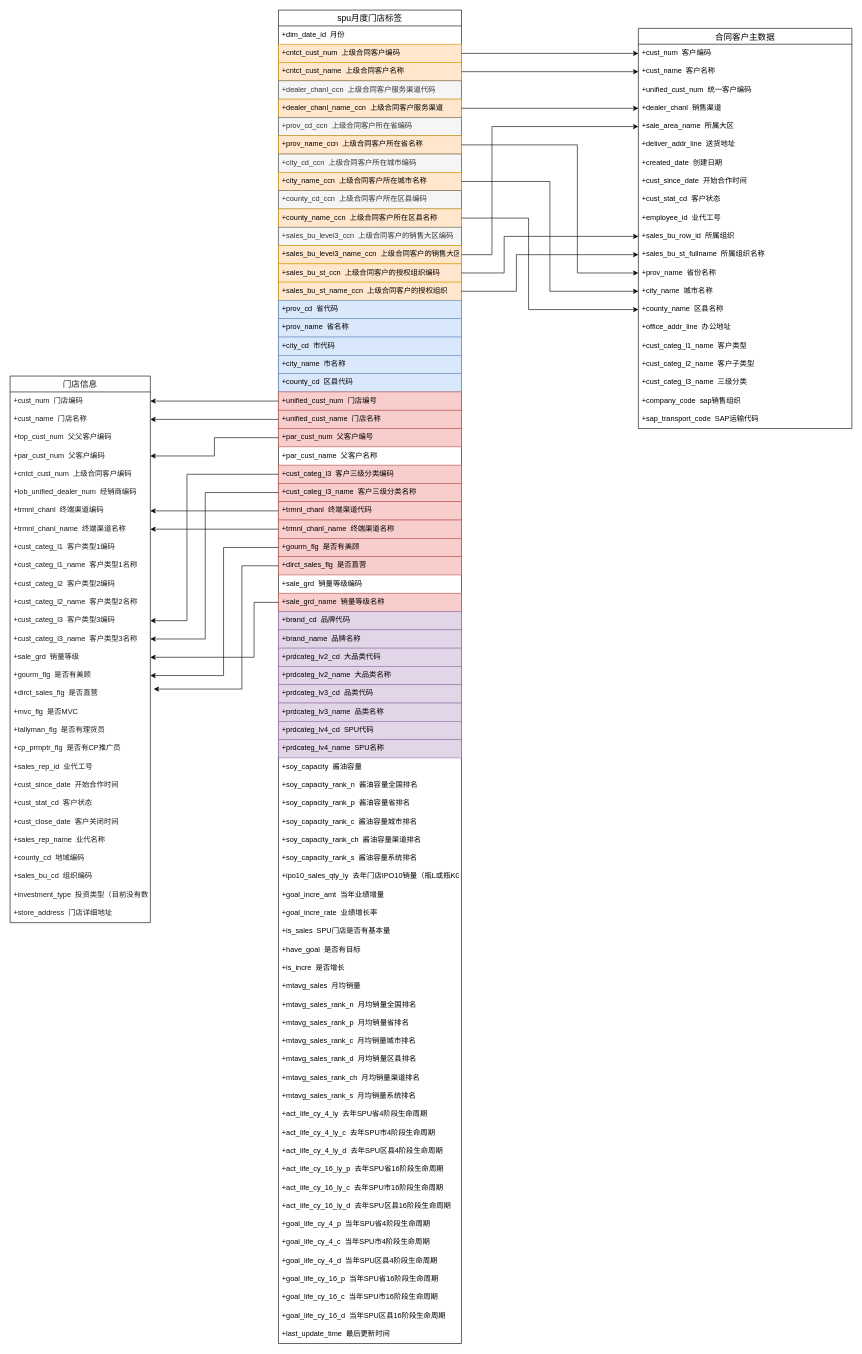
Earlier version of the draw.io diagram S7门店资源.drawio (18857545022/-). Source tidied: cells renumbered, new cells numbered last; positions are measured from the earlier drawing's top-left corner, leaving out a move shared by most shapes. Both pictures are drawn from the tidied source at 61%, with x=0, y=0 at pixel (10, 10).
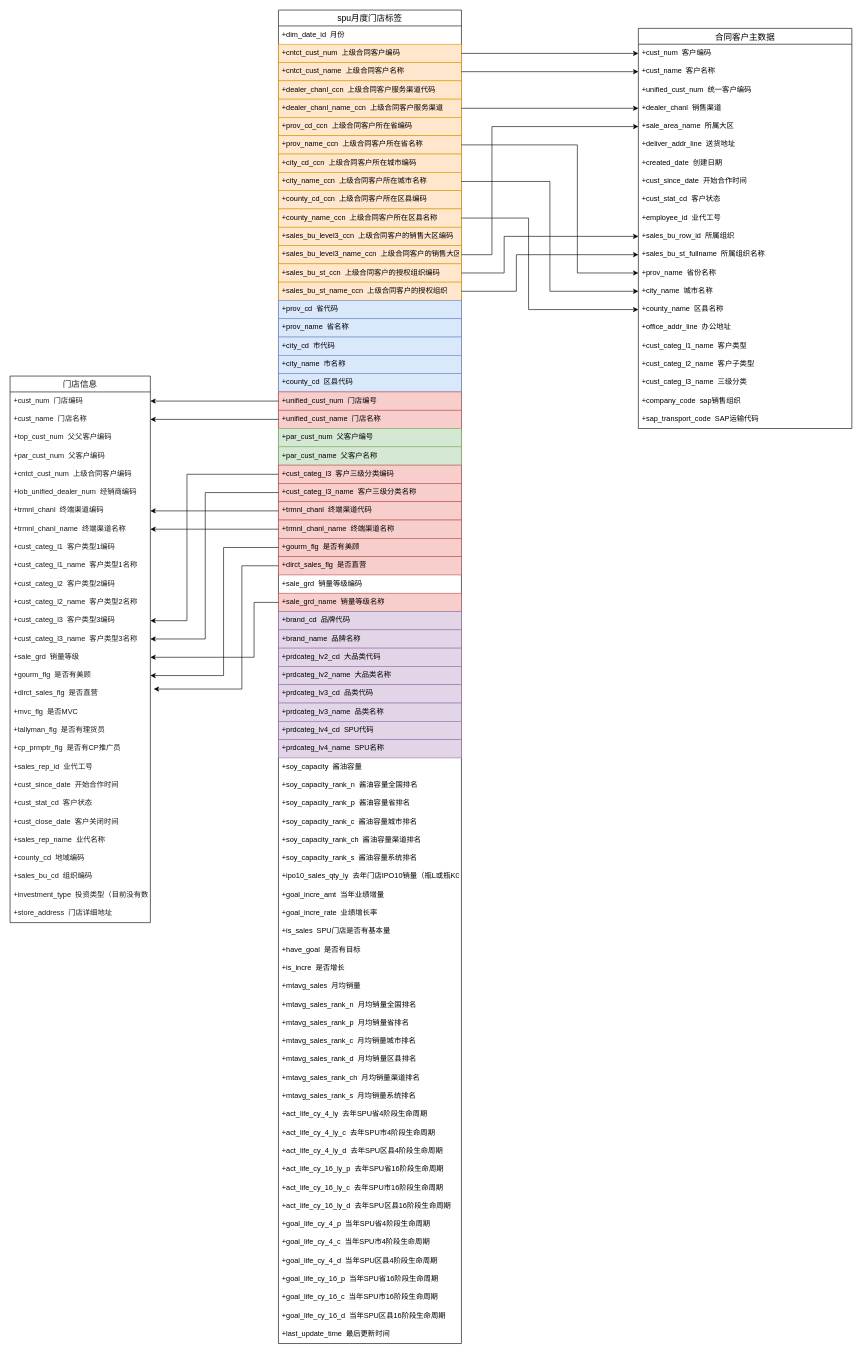
The same page after the edit.

The change refers to these unchanged cells:
```xml
<mxCell id="2" value="spu月度门店标签" style="swimlane;fontStyle=0;horizontal=1;startSize=26;align=center;fontSize=14;" parent="1" vertex="1">
  <mxGeometry x="440" width="300" height="2186" as="geometry" />
</mxCell>
<mxCell id="106" value="+par_cust_num  父客户编码" style="text;strokeColor=none;fillColor=none;spacingLeft=4;spacingRight=4;overflow=hidden;points=[[0,0.5],[1,0.5]];portConstraint=eastwest;fontSize=12;fontColor=#1A1A1A;" parent="102" vertex="1">
  <mxGeometry y="116" width="230" height="30" as="geometry" />
</mxCell>
```

Change to the diagram source:
```diff
@@
-    <mxCell id="6" value="+dealer_chanl_ccn  上级合同客户服务渠道代码" style="text;strokeColor=#666666;fillColor=#f5f5f5;spacingLeft=4;spacingRight=4;overflow=hidden;fontSize=12;fontColor=#333333;" parent="2" vertex="1">
+    <mxCell id="6" value="+dealer_chanl_ccn  上级合同客户服务渠道代码" style="text;strokeColor=#d79b00;fillColor=#ffe6cc;spacingLeft=4;spacingRight=4;overflow=hidden;fontSize=12;" parent="2" vertex="1">
       <mxGeometry y="116" width="300" height="30" as="geometry" />
     </mxCell>
@@
-    <mxCell id="8" value="+prov_cd_ccn  上级合同客户所在省编码" style="text;strokeColor=#666666;fillColor=#f5f5f5;spacingLeft=4;spacingRight=4;overflow=hidden;fontSize=12;fontColor=#333333;" parent="2" vertex="1">
+    <mxCell id="8" value="+prov_cd_ccn  上级合同客户所在省编码" style="text;strokeColor=#d79b00;fillColor=#ffe6cc;spacingLeft=4;spacingRight=4;overflow=hidden;fontSize=12;" parent="2" vertex="1">
       <mxGeometry y="176" width="300" height="30" as="geometry" />
     </mxCell>
@@
-    <mxCell id="10" value="+city_cd_ccn  上级合同客户所在城市编码" style="text;strokeColor=#666666;fillColor=#f5f5f5;spacingLeft=4;spacingRight=4;overflow=hidden;fontSize=12;fontColor=#333333;" parent="2" vertex="1">
+    <mxCell id="10" value="+city_cd_ccn  上级合同客户所在城市编码" style="text;strokeColor=#d79b00;fillColor=#ffe6cc;spacingLeft=4;spacingRight=4;overflow=hidden;fontSize=12;" parent="2" vertex="1">
       <mxGeometry y="236" width="300" height="30" as="geometry" />
     </mxCell>
@@
-    <mxCell id="12" value="+county_cd_ccn  上级合同客户所在区县编码" style="text;strokeColor=#666666;fillColor=#f5f5f5;spacingLeft=4;spacingRight=4;overflow=hidden;fontSize=12;fontColor=#333333;" parent="2" vertex="1">
+    <mxCell id="12" value="+county_cd_ccn  上级合同客户所在区县编码" style="text;strokeColor=#d79b00;fillColor=#ffe6cc;spacingLeft=4;spacingRight=4;overflow=hidden;fontSize=12;" parent="2" vertex="1">
       <mxGeometry y="296" width="300" height="30" as="geometry" />
     </mxCell>
@@
-    <mxCell id="14" value="+sales_bu_level3_ccn  上级合同客户的销售大区编码" style="text;strokeColor=#666666;fillColor=#f5f5f5;spacingLeft=4;spacingRight=4;overflow=hidden;fontSize=12;fontColor=#333333;" parent="2" vertex="1">
+    <mxCell id="14" value="+sales_bu_level3_ccn  上级合同客户的销售大区编码" style="text;strokeColor=#d79b00;fillColor=#ffe6cc;spacingLeft=4;spacingRight=4;overflow=hidden;fontSize=12;" parent="2" vertex="1">
       <mxGeometry y="356" width="300" height="30" as="geometry" />
     </mxCell>
@@
-    <mxCell id="25" value="+par_cust_num  父客户编号" style="text;strokeColor=#b85450;fillColor=#f8cecc;spacingLeft=4;spacingRight=4;overflow=hidden;points=[[0,0.5],[1,0.5]];portConstraint=eastwest;fontSize=12;" parent="2" vertex="1">
+    <mxCell id="25" value="+par_cust_num  父客户编号" style="text;strokeColor=#82b366;fillColor=#d5e8d4;spacingLeft=4;spacingRight=4;overflow=hidden;points=[[0,0.5],[1,0.5]];portConstraint=eastwest;fontSize=12;" parent="2" vertex="1">
       <mxGeometry y="686" width="300" height="30" as="geometry" />
     </mxCell>
-    <mxCell id="26" value="+par_cust_name  父客户名称" style="text;strokeColor=none;fillColor=none;spacingLeft=4;spacingRight=4;overflow=hidden;fontSize=12;" parent="2" vertex="1">
+    <mxCell id="26" value="+par_cust_name  父客户名称" style="text;strokeColor=#82b366;fillColor=#d5e8d4;spacingLeft=4;spacingRight=4;overflow=hidden;fontSize=12;" parent="2" vertex="1">
       <mxGeometry y="716" width="300" height="30" as="geometry" />
     </mxCell>
@@
-    <mxCell id="134" style="edgeStyle=orthogonalEdgeStyle;rounded=0;jettySize=auto;html=1;exitX=0;exitY=0.5;exitDx=0;exitDy=0;entryX=1;entryY=0.5;entryDx=0;entryDy=0;fontColor=#1A1A1A;" parent="1" edge="1" source="25" target="106">
-      <mxGeometry relative="1" as="geometry" />
-    </mxCell>
```
